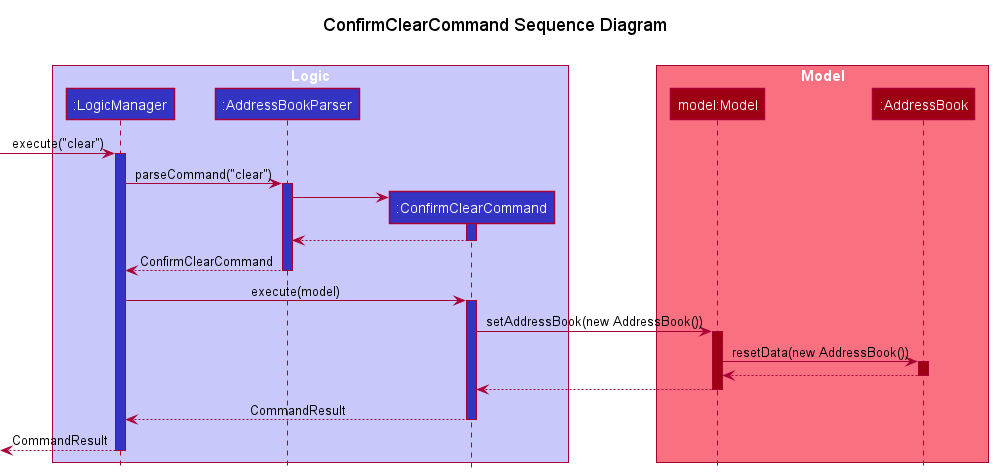
This is docs/images/ConfirmClearCommandSequenceDiagram.png from nus-cs2103-AY2122S2/tp, a PlantUML export, as it was before one commit.
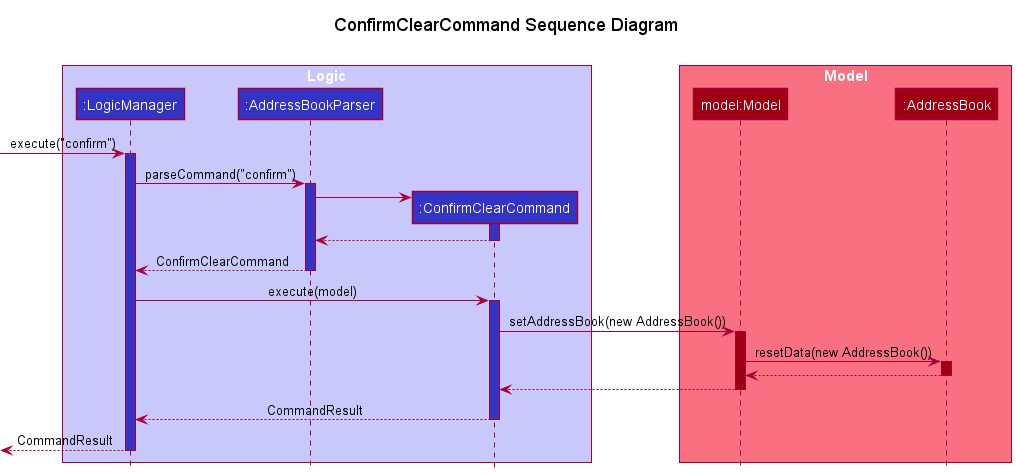
Above is the later version.

Change to the diagram source:
```diff
@@ -14,10 +14,10 @@
 participant ":AddressBook" as AddressBook MODEL_COLOR
 end box
 
-[-> LogicManager : execute("clear")
+[-> LogicManager : execute("confirm")
 activate LogicManager LOGIC_COLOR
 
-LogicManager -> AddressBookParser : parseCommand("clear")
+LogicManager -> AddressBookParser : parseCommand("confirm")
 activate AddressBookParser LOGIC_COLOR
 
 create ConfirmClearCommand
```
